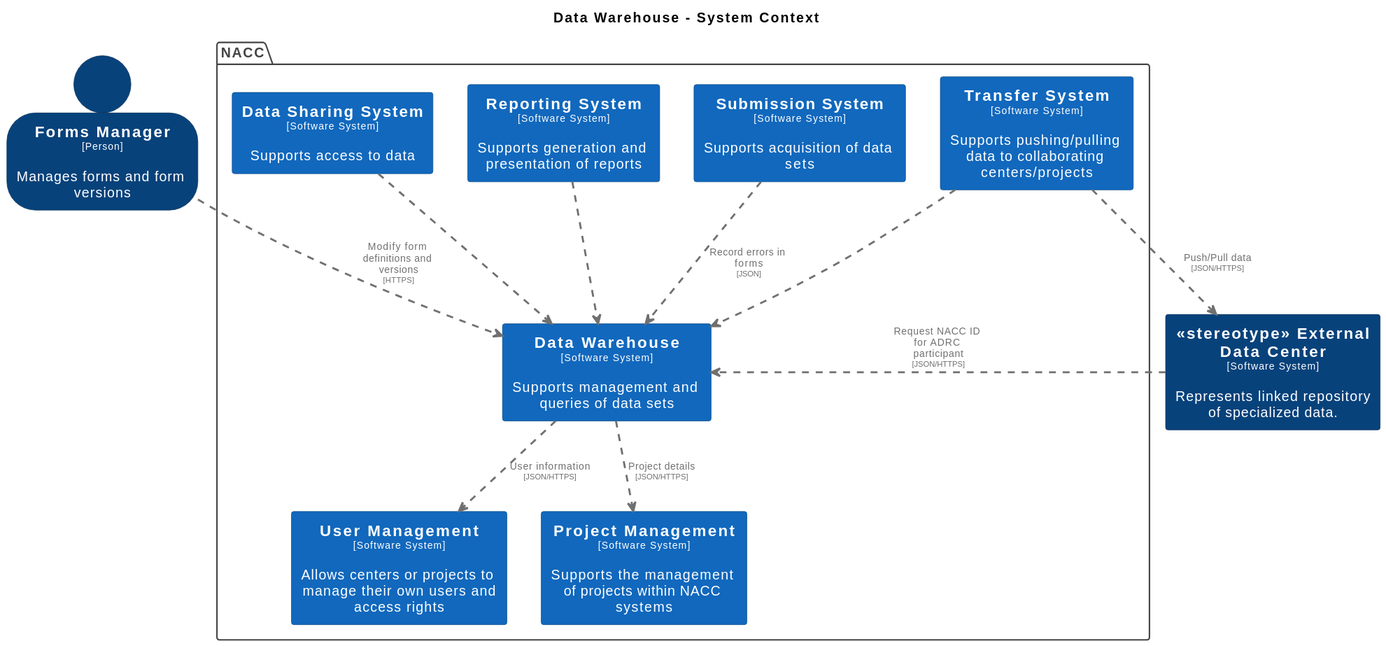
Earlier version of the PlantUML export docs/images/structurizr-WarehouseContext.svg (naccdata/system-design). The source it was exported from:
```plantuml
@startuml
title Data Warehouse - System Context

top to bottom direction

skinparam {
  shadowing false
  arrowFontSize 10
  defaultTextAlignment center
  wrapWidth 200
  maxMessageSize 100
}

hide stereotype

skinparam rectangle<<stereotypeExternalDataCenter>> {
  BackgroundColor #08427b
  FontColor #ffffff
  BorderColor #052e56
}
skinparam rectangle<<DataSharingSystem>> {
  BackgroundColor #1168bd
  FontColor #ffffff
  BorderColor #0b4884
}
skinparam rectangle<<DataWarehouse>> {
  BackgroundColor #1168bd
  FontColor #ffffff
  BorderColor #0b4884
}
skinparam person<<FormsManager>> {
  BackgroundColor #08427b
  FontColor #ffffff
  BorderColor #052e56
}
skinparam rectangle<<ProjectManagement>> {
  BackgroundColor #1168bd
  FontColor #ffffff
  BorderColor #0b4884
}
skinparam rectangle<<ReportingSystem>> {
  BackgroundColor #1168bd
  FontColor #ffffff
  BorderColor #0b4884
}
skinparam rectangle<<SubmissionSystem>> {
  BackgroundColor #1168bd
  FontColor #ffffff
  BorderColor #0b4884
}
skinparam rectangle<<TransferSystem>> {
  BackgroundColor #1168bd
  FontColor #ffffff
  BorderColor #0b4884
}
skinparam rectangle<<UserManagement>> {
  BackgroundColor #1168bd
  FontColor #ffffff
  BorderColor #0b4884
}

package "NACC" <<enterprise>> {
  skinparam PackageBorderColor<<enterprise>> #444444
  skinparam PackageFontColor<<enterprise>> #444444

  rectangle "==Data Warehouse\n<size:10>[Software System]</size>\n\nSupports management and queries of data sets" <<DataWarehouse>> as DataWarehouse
  rectangle "==User Management\n<size:10>[Software System]</size>\n\nAllows centers or projects to manage their own users and access rights" <<UserManagement>> as UserManagement
  rectangle "==Submission System\n<size:10>[Software System]</size>\n\nSupports acquisition of data sets" <<SubmissionSystem>> as SubmissionSystem
  rectangle "==Project Management\n<size:10>[Software System]</size>\n\nSupports the management of projects within NACC systems" <<ProjectManagement>> as ProjectManagement
  rectangle "==Transfer System\n<size:10>[Software System]</size>\n\nSupports pushing/pulling data to collaborating centers/projects" <<TransferSystem>> as TransferSystem
  rectangle "==Reporting System\n<size:10>[Software System]</size>\n\nSupports generation and presentation of reports" <<ReportingSystem>> as ReportingSystem
  rectangle "==Data Sharing System\n<size:10>[Software System]</size>\n\nSupports access to data" <<DataSharingSystem>> as DataSharingSystem
}

person "==Forms Manager\n<size:10>[Person]</size>\n\nManages forms and form versions" <<FormsManager>> as FormsManager
rectangle "==<<stereotype>> External Data Center\n<size:10>[Software System]</size>\n\nRepresents linked repository of specialized data." <<stereotypeExternalDataCenter>> as stereotypeExternalDataCenter

DataSharingSystem .[#707070,thickness=2].> DataWarehouse : "<color:#707070>"
FormsManager .[#707070,thickness=2].> DataWarehouse : "<color:#707070>Modify form definitions and versions\n<color:#707070><size:8>[HTTPS]</size>"
stereotypeExternalDataCenter .[#707070,thickness=2].> DataWarehouse : "<color:#707070>Request NACC ID for ADRC participant\n<color:#707070><size:8>[JSON/HTTPS]</size>"
TransferSystem .[#707070,thickness=2].> stereotypeExternalDataCenter : "<color:#707070>Push/Pull data\n<color:#707070><size:8>[JSON/HTTPS]</size>"
DataWarehouse .[#707070,thickness=2].> UserManagement : "<color:#707070>User information\n<color:#707070><size:8>[JSON/HTTPS]</size>"
DataWarehouse .[#707070,thickness=2].> ProjectManagement : "<color:#707070>Project details\n<color:#707070><size:8>[JSON/HTTPS]</size>"
SubmissionSystem .[#707070,thickness=2].> DataWarehouse : "<color:#707070>Record errors in forms\n<color:#707070><size:8>[JSON]</size>"
TransferSystem .[#707070,thickness=2].> DataWarehouse : "<color:#707070>"
ReportingSystem .[#707070,thickness=2].> DataWarehouse : "<color:#707070>"
@enduml
```
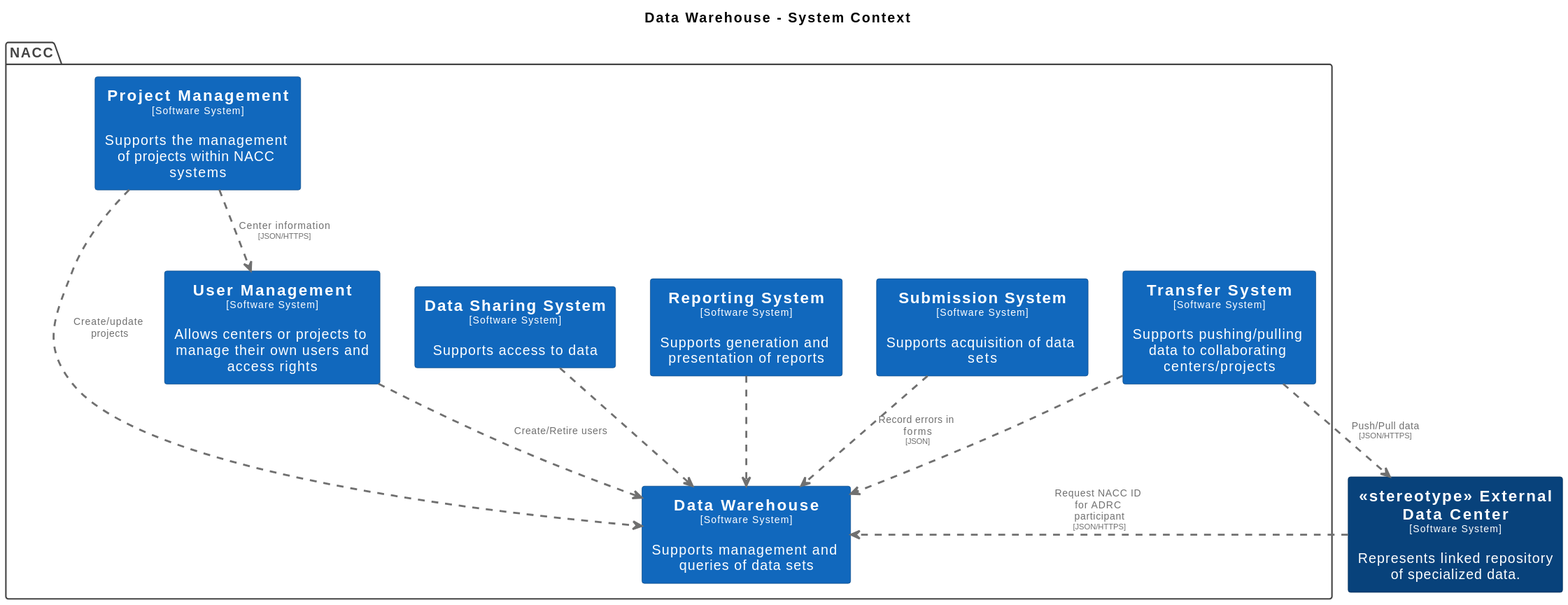
The same diagram one commit later.

The edit, as a diff of the source:
```diff
@@ -27,11 +27,6 @@
   BackgroundColor #1168bd
   FontColor #ffffff
   BorderColor #0b4884
-}
-skinparam person<<FormsManager>> {
-  BackgroundColor #08427b
-  FontColor #ffffff
-  BorderColor #052e56
 }
 skinparam rectangle<<ProjectManagement>> {
   BackgroundColor #1168bd
@@ -64,24 +59,23 @@
   skinparam PackageFontColor<<enterprise>> #444444
 
   rectangle "==Data Warehouse\n<size:10>[Software System]</size>\n\nSupports management and queries of data sets" <<DataWarehouse>> as DataWarehouse
-  rectangle "==User Management\n<size:10>[Software System]</size>\n\nAllows centers or projects to manage their own users and access rights" <<UserManagement>> as UserManagement
   rectangle "==Submission System\n<size:10>[Software System]</size>\n\nSupports acquisition of data sets" <<SubmissionSystem>> as SubmissionSystem
-  rectangle "==Project Management\n<size:10>[Software System]</size>\n\nSupports the management of projects within NACC systems" <<ProjectManagement>> as ProjectManagement
   rectangle "==Transfer System\n<size:10>[Software System]</size>\n\nSupports pushing/pulling data to collaborating centers/projects" <<TransferSystem>> as TransferSystem
   rectangle "==Reporting System\n<size:10>[Software System]</size>\n\nSupports generation and presentation of reports" <<ReportingSystem>> as ReportingSystem
   rectangle "==Data Sharing System\n<size:10>[Software System]</size>\n\nSupports access to data" <<DataSharingSystem>> as DataSharingSystem
+  rectangle "==User Management\n<size:10>[Software System]</size>\n\nAllows centers or projects to manage their own users and access rights" <<UserManagement>> as UserManagement
+  rectangle "==Project Management\n<size:10>[Software System]</size>\n\nSupports the management of projects within NACC systems" <<ProjectManagement>> as ProjectManagement
 }
 
-person "==Forms Manager\n<size:10>[Person]</size>\n\nManages forms and form versions" <<FormsManager>> as FormsManager
 rectangle "==<<stereotype>> External Data Center\n<size:10>[Software System]</size>\n\nRepresents linked repository of specialized data." <<stereotypeExternalDataCenter>> as stereotypeExternalDataCenter
 
-DataSharingSystem .[#707070,thickness=2].> DataWarehouse : "<color:#707070>"
-FormsManager .[#707070,thickness=2].> DataWarehouse : "<color:#707070>Modify form definitions and versions\n<color:#707070><size:8>[HTTPS]</size>"
+ProjectManagement .[#707070,thickness=2].> UserManagement : "<color:#707070>Center information\n<color:#707070><size:8>[JSON/HTTPS]</size>"
+ProjectManagement .[#707070,thickness=2].> DataWarehouse : "<color:#707070>Create/update projects"
 stereotypeExternalDataCenter .[#707070,thickness=2].> DataWarehouse : "<color:#707070>Request NACC ID for ADRC participant\n<color:#707070><size:8>[JSON/HTTPS]</size>"
 TransferSystem .[#707070,thickness=2].> stereotypeExternalDataCenter : "<color:#707070>Push/Pull data\n<color:#707070><size:8>[JSON/HTTPS]</size>"
-DataWarehouse .[#707070,thickness=2].> UserManagement : "<color:#707070>User information\n<color:#707070><size:8>[JSON/HTTPS]</size>"
-DataWarehouse .[#707070,thickness=2].> ProjectManagement : "<color:#707070>Project details\n<color:#707070><size:8>[JSON/HTTPS]</size>"
 SubmissionSystem .[#707070,thickness=2].> DataWarehouse : "<color:#707070>Record errors in forms\n<color:#707070><size:8>[JSON]</size>"
 TransferSystem .[#707070,thickness=2].> DataWarehouse : "<color:#707070>"
 ReportingSystem .[#707070,thickness=2].> DataWarehouse : "<color:#707070>"
+DataSharingSystem .[#707070,thickness=2].> DataWarehouse : "<color:#707070>"
+UserManagement .[#707070,thickness=2].> DataWarehouse : "<color:#707070>Create/Retire users"
 @enduml
```
